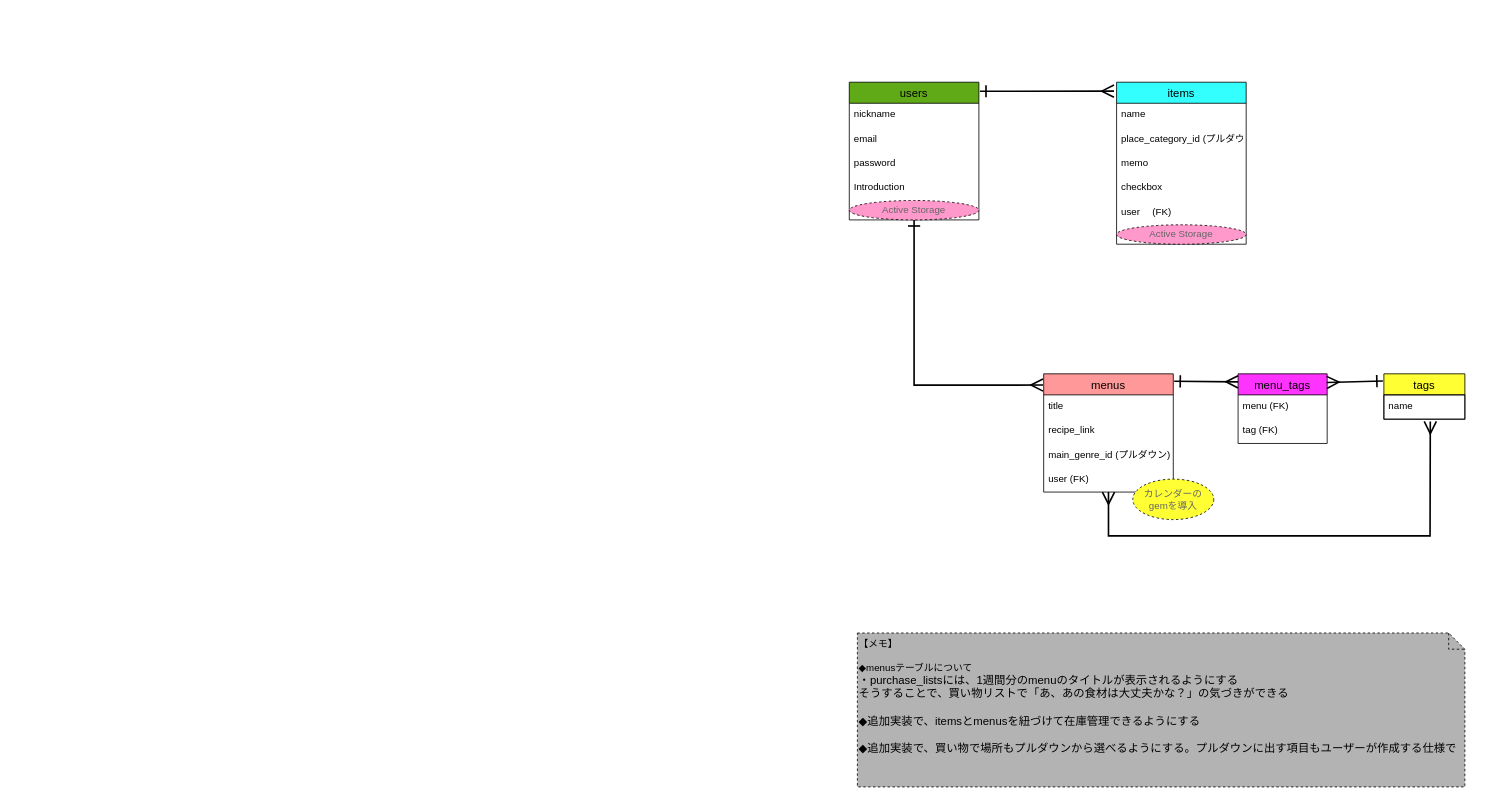
Before: page "案1" (1 of 2) of ER.dio in miyazato1872/shopping_memo, a draw.io diagram. Source tidied: cells renumbered, new cells numbered last; positions are measured from the earlier drawing's top-left corner, leaving out a move shared by most shapes. Both pictures are drawn from the tidied source at 81%, with x=0, y=0 at pixel (849, 82).
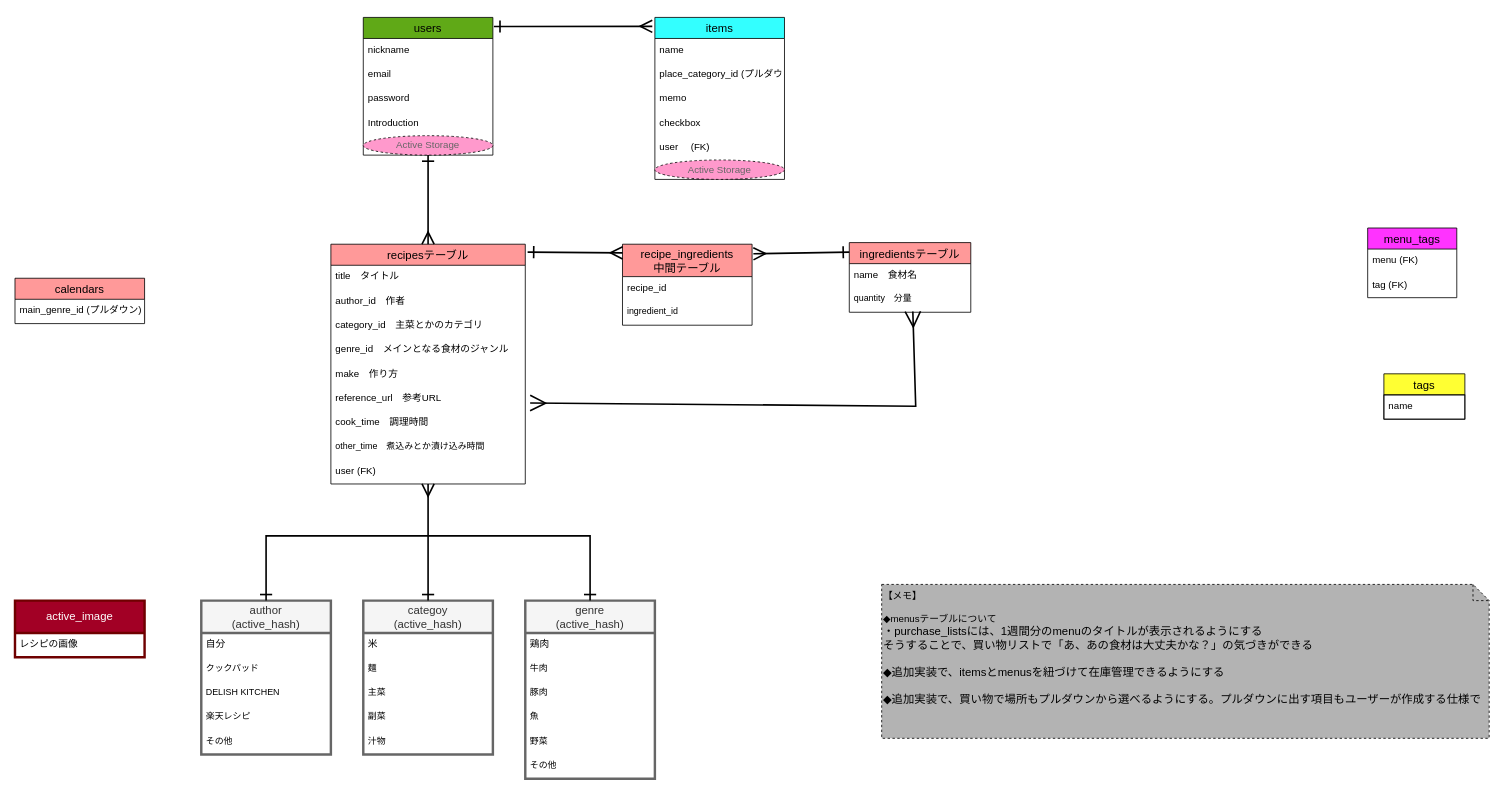
The same page after the edit.

Commit message (it also covers changes not shown here):
レシピ投稿機能のER図作成

Unchanged cells that the change refers to:
```xml
<mxCell id="7" value="Active Storage" style="ellipse;whiteSpace=wrap;html=1;align=center;rounded=0;shadow=0;glass=0;dashed=1;sketch=0;strokeColor=#000000;strokeWidth=1;fontColor=#666666;fillColor=#FF99CC;gradientColor=none;" parent="2" vertex="1">
  <mxGeometry y="146" width="160" height="24" as="geometry" />
</mxCell>
<mxCell id="24" value="tags" style="swimlane;fontStyle=0;horizontal=1;startSize=26;align=center;fontSize=14;rounded=0;swimlaneLine=1;glass=0;shadow=0;strokeColor=#000000;fillColor=#FFFF33;fontColor=#000000;" parent="1" vertex="1">
  <mxGeometry x="660" y="360" width="100" height="56" as="geometry" />
</mxCell>
<mxCell id="25" value="name" style="text;strokeColor=default;fillColor=none;spacingLeft=4;spacingRight=4;overflow=hidden;points=[[0,0.5],[1,0.5]];portConstraint=eastwest;fontSize=12;" parent="24" vertex="1">
  <mxGeometry y="26" width="100" height="30" as="geometry" />
</mxCell>
```

Diff of the diagram source:
```diff
@@
     <mxCell id="2" value="users" style="swimlane;fontStyle=0;horizontal=1;startSize=26;align=center;fontSize=14;rounded=0;swimlaneLine=1;glass=0;shadow=0;fillColor=#60A917;fontColor=#000000;" parent="1" vertex="1">
-      <mxGeometry width="160" height="170" as="geometry" />
+      <mxGeometry x="-600" y="-80" width="160" height="170" as="geometry" />
     </mxCell>
@@
     <mxCell id="8" value="items" style="swimlane;fontStyle=0;horizontal=1;startSize=26;align=center;fontSize=14;rounded=0;swimlaneLine=1;glass=0;shadow=0;fillColor=#33FFFF;fontColor=#000000;" parent="1" vertex="1">
-      <mxGeometry x="330" width="160" height="200" as="geometry" />
+      <mxGeometry x="-240" y="-80" width="160" height="200" as="geometry" />
     </mxCell>
@@
-    <mxCell id="16" value="menus" style="swimlane;fontStyle=0;horizontal=1;startSize=26;align=center;fontSize=14;rounded=0;swimlaneLine=1;glass=0;shadow=0;fillColor=#FF9999;fontColor=#000000;" parent="1" vertex="1">
-      <mxGeometry x="240" y="360" width="160" height="146" as="geometry" />
-    </mxCell>
-    <mxCell id="17" value="title" style="text;strokeColor=none;fillColor=none;spacingLeft=4;spacingRight=4;overflow=hidden;fontSize=12;" parent="16" vertex="1">
-      <mxGeometry y="26" width="160" height="30" as="geometry" />
-    </mxCell>
-    <mxCell id="18" value="recipe_link&#10;&#10;&#10;&#10;" style="text;strokeColor=none;fillColor=none;spacingLeft=4;spacingRight=4;overflow=hidden;fontSize=12;" parent="16" vertex="1">
-      <mxGeometry y="56" width="160" height="30" as="geometry" />
-    </mxCell>
-    <mxCell id="19" value="main_genre_id (プルダウン)" style="text;strokeColor=none;fillColor=none;spacingLeft=4;spacingRight=4;overflow=hidden;fontSize=12;" parent="16" vertex="1">
-      <mxGeometry y="86" width="160" height="30" as="geometry" />
-    </mxCell>
-    <mxCell id="20" value="user (FK)" style="text;strokeColor=none;fillColor=none;spacingLeft=4;spacingRight=4;overflow=hidden;fontSize=12;" parent="16" vertex="1">
-      <mxGeometry y="116" width="160" height="30" as="geometry" />
-    </mxCell>
     <mxCell id="21" value="【メモ】&lt;br&gt;&lt;br&gt;◆menusテーブルについて&lt;br&gt;&lt;span style=&quot;font-size: 14px; text-align: center;&quot;&gt;・purchase_listsには、1週間分のmenuのタイトルが表示されるようにする&lt;br&gt;そうすることで、買い物リストで「あ、あの食材は大丈夫かな？」の気づきができる&lt;br&gt;&lt;br&gt;◆追加実装で、itemsとmenusを紐づけて在庫管理できるようにする&lt;br&gt;&lt;br&gt;◆追加実装で、買い物で場所もプルダウンから選べるようにする。プルダウンに出す項目もユーザーが作成する仕様で&lt;br&gt;&lt;/span&gt;" style="shape=note;size=20;whiteSpace=wrap;html=1;rounded=0;shadow=0;glass=0;dashed=1;sketch=0;strokeColor=#000000;strokeWidth=1;fontColor=#000000;fillColor=#B3B3B3;gradientColor=none;align=left;verticalAlign=top;" parent="1" vertex="1">
-      <mxGeometry x="10" y="680" width="750" height="190" as="geometry" />
+      <mxGeometry x="40" y="620" width="750" height="190" as="geometry" />
     </mxCell>
-    <mxCell id="22" value="カレンダーの&lt;br&gt;gemを導入" style="ellipse;whiteSpace=wrap;html=1;align=center;rounded=0;shadow=0;glass=0;dashed=1;sketch=0;strokeColor=#000000;strokeWidth=1;fontColor=#666666;fillColor=#FFFF33;gradientColor=none;" parent="1" vertex="1">
-      <mxGeometry x="350" y="490" width="100" height="50" as="geometry" />
-    </mxCell>
-    <mxCell id="23" style="endArrow=ERone;html=1;rounded=0;strokeWidth=2;fontColor=#F0F0F0;startSize=12;endSize=12;sourcePerimeterSpacing=0;endFill=0;startArrow=ERmany;startFill=0;exitX=-0.005;exitY=0.095;exitDx=0;exitDy=0;exitPerimeter=0;entryX=0.5;entryY=1;entryDx=0;entryDy=0;" parent="1" edge="1" source="16" target="7">
-      <mxGeometry relative="1" as="geometry">
-        <Array as="points">
-          <mxPoint x="80" y="374" />
-        </Array>
-      </mxGeometry>
-    </mxCell>
@@
     <mxCell id="26" value="menu_tags" style="swimlane;fontStyle=0;horizontal=1;startSize=26;align=center;fontSize=14;rounded=0;swimlaneLine=1;glass=0;shadow=0;fillColor=#FF33FF;fontColor=#000000;" parent="1" vertex="1">
-      <mxGeometry x="480" y="360" width="110" height="86" as="geometry" />
+      <mxGeometry x="640" y="180" width="110" height="86" as="geometry" />
     </mxCell>
@@
-    <mxCell id="29" style="endArrow=ERone;html=1;rounded=0;strokeWidth=2;fontColor=#F0F0F0;startSize=12;endSize=12;sourcePerimeterSpacing=0;endFill=0;startArrow=ERmany;startFill=0;entryX=1.007;entryY=0.063;entryDx=0;entryDy=0;entryPerimeter=0;exitX=0;exitY=0.116;exitDx=0;exitDy=0;exitPerimeter=0;" parent="1" edge="1" source="26" target="16">
-      <mxGeometry relative="1" as="geometry" />
-    </mxCell>
-    <mxCell id="30" style="endArrow=ERone;html=1;rounded=0;strokeWidth=2;fontColor=#F0F0F0;startSize=12;endSize=12;sourcePerimeterSpacing=0;endFill=0;startArrow=ERmany;startFill=0;entryX=-0.012;entryY=0.157;entryDx=0;entryDy=0;exitX=0.995;exitY=0.124;exitDx=0;exitDy=0;exitPerimeter=0;entryPerimeter=0;" parent="1" edge="1" source="26" target="24">
-      <mxGeometry relative="1" as="geometry" />
-    </mxCell>
-    <mxCell id="31" style="endArrow=ERmany;html=1;rounded=0;strokeWidth=2;fontColor=#F0F0F0;startSize=12;endSize=12;sourcePerimeterSpacing=0;endFill=0;startArrow=ERmany;startFill=0;exitX=0.573;exitY=1.094;exitDx=0;exitDy=0;exitPerimeter=0;entryX=0.5;entryY=1;entryDx=0;entryDy=0;" parent="1" edge="1" source="25" target="16">
-      <mxGeometry relative="1" as="geometry">
-        <Array as="points">
-          <mxPoint x="717" y="560" />
-          <mxPoint x="320" y="560" />
-        </Array>
-      </mxGeometry>
-    </mxCell>
+    <mxCell id="32" value="calendars" style="swimlane;fontStyle=0;horizontal=1;startSize=26;align=center;fontSize=14;rounded=0;swimlaneLine=1;glass=0;shadow=0;fillColor=#FF9999;fontColor=#000000;" parent="1" vertex="1">
+      <mxGeometry x="-1030" y="242" width="160" height="56" as="geometry" />
+    </mxCell>
+    <mxCell id="19" value="main_genre_id (プルダウン)" style="text;strokeColor=none;fillColor=none;spacingLeft=4;spacingRight=4;overflow=hidden;fontSize=12;" parent="32" vertex="1">
+      <mxGeometry y="26" width="160" height="30" as="geometry" />
+    </mxCell>
+    <mxCell id="33" value="recipesテーブル" style="swimlane;fontStyle=0;horizontal=1;startSize=26;align=center;fontSize=14;rounded=0;swimlaneLine=1;glass=0;shadow=0;fillColor=#FF9999;fontColor=#000000;" parent="1" vertex="1">
+      <mxGeometry x="-640" y="200" width="240" height="296" as="geometry" />
+    </mxCell>
+    <mxCell id="34" value="title　タイトル" style="text;strokeColor=none;fillColor=none;spacingLeft=4;spacingRight=4;overflow=hidden;fontSize=12;" parent="33" vertex="1">
+      <mxGeometry y="26" width="240" height="30" as="geometry" />
+    </mxCell>
+    <mxCell id="35" value="author_id　作者" style="text;strokeColor=none;fillColor=none;spacingLeft=4;spacingRight=4;overflow=hidden;fontSize=12;" parent="33" vertex="1">
+      <mxGeometry y="56" width="240" height="30" as="geometry" />
+    </mxCell>
+    <mxCell id="36" value="category_id　主菜とかのカテゴリ" style="text;strokeColor=none;fillColor=none;spacingLeft=4;spacingRight=4;overflow=hidden;fontSize=12;" parent="33" vertex="1">
+      <mxGeometry y="86" width="240" height="30" as="geometry" />
+    </mxCell>
+    <mxCell id="37" value="genre_id　メインとなる食材のジャンル" style="text;strokeColor=none;fillColor=none;spacingLeft=4;spacingRight=4;overflow=hidden;fontSize=12;" parent="33" vertex="1">
+      <mxGeometry y="116" width="240" height="30" as="geometry" />
+    </mxCell>
+    <mxCell id="38" value="make　作り方" style="text;strokeColor=none;fillColor=none;spacingLeft=4;spacingRight=4;overflow=hidden;fontSize=12;" parent="33" vertex="1">
+      <mxGeometry y="146" width="240" height="30" as="geometry" />
+    </mxCell>
+    <mxCell id="39" value="reference_url　参考URL" style="text;strokeColor=none;fillColor=none;spacingLeft=4;spacingRight=4;overflow=hidden;fontSize=12;" parent="33" vertex="1">
+      <mxGeometry y="176" width="240" height="30" as="geometry" />
+    </mxCell>
+    <mxCell id="40" value="cook_time　調理時間" style="text;strokeColor=none;fillColor=none;spacingLeft=4;spacingRight=4;overflow=hidden;points=[[0,0.5],[1,0.5]];portConstraint=eastwest;fontSize=12;" parent="33" vertex="1">
+      <mxGeometry y="206" width="240" height="30" as="geometry" />
+    </mxCell>
+    <mxCell id="41" value="other_time　煮込みとか漬け込み時間" style="text;strokeColor=none;fillColor=none;spacingLeft=4;spacingRight=4;overflow=hidden;fontSize=11;" parent="33" vertex="1">
+      <mxGeometry y="236" width="240" height="30" as="geometry" />
+    </mxCell>
+    <mxCell id="20" value="user (FK)" style="text;strokeColor=none;fillColor=none;spacingLeft=4;spacingRight=4;overflow=hidden;fontSize=12;" parent="33" vertex="1">
+      <mxGeometry y="266" width="240" height="30" as="geometry" />
+    </mxCell>
+    <mxCell id="42" style="shape=tableRow;horizontal=0;startSize=0;swimlaneHead=0;swimlaneBody=0;fillColor=none;top=0;left=0;right=0;bottom=0;" parent="1" vertex="1">
+      <mxGeometry x="-560" y="360" width="270" height="30" as="geometry" />
+    </mxCell>
+    <mxCell id="43" style="shape=partialRectangle;fillColor=none;top=0;left=0;bottom=0;right=0;overflow=hidden;" parent="42" vertex="1">
+      <mxGeometry width="30" height="30" as="geometry" />
+    </mxCell>
+    <mxCell id="44" style="endArrow=ERone;html=1;rounded=0;strokeWidth=2;fontColor=#F0F0F0;startSize=12;endSize=12;sourcePerimeterSpacing=0;endFill=0;startArrow=ERmany;startFill=0;entryX=0.5;entryY=1;entryDx=0;entryDy=0;exitX=0.5;exitY=0;exitDx=0;exitDy=0;" parent="1" edge="1" source="33" target="2">
+      <mxGeometry relative="1" as="geometry" />
+    </mxCell>
+    <mxCell id="45" value="ingredientsテーブル" style="swimlane;fontStyle=0;horizontal=1;startSize=26;align=center;fontSize=14;rounded=0;swimlaneLine=1;glass=0;shadow=0;fillColor=#FF9999;fontColor=#000000;" parent="1" vertex="1">
+      <mxGeometry y="198" width="150" height="86" as="geometry" />
+    </mxCell>
+    <mxCell id="46" value="name　食材名" style="text;strokeColor=none;fillColor=none;spacingLeft=4;spacingRight=4;overflow=hidden;fontSize=12;" parent="45" vertex="1">
+      <mxGeometry y="26" width="150" height="30" as="geometry" />
+    </mxCell>
+    <mxCell id="47" value="quantity　分量" style="text;strokeColor=none;fillColor=none;spacingLeft=4;spacingRight=4;overflow=hidden;points=[[0,0.5],[1,0.5]];portConstraint=eastwest;fontSize=11;" parent="45" vertex="1">
+      <mxGeometry y="56" width="150" height="30" as="geometry" />
+    </mxCell>
+    <mxCell id="48" value="recipe_ingredients&#10;中間テーブル" style="swimlane;fontStyle=0;horizontal=1;startSize=40;align=center;fontSize=14;rounded=0;swimlaneLine=1;glass=0;shadow=0;fillColor=#FF9999;fontColor=#000000;" parent="1" vertex="1">
+      <mxGeometry x="-280" y="200" width="160" height="100" as="geometry" />
+    </mxCell>
+    <mxCell id="49" value="recipe_id" style="text;strokeColor=none;fillColor=none;spacingLeft=4;spacingRight=4;overflow=hidden;fontSize=12;" parent="48" vertex="1">
+      <mxGeometry y="40" width="160" height="30" as="geometry" />
+    </mxCell>
+    <mxCell id="50" value="ingredient_id&#10;&#10;" style="text;strokeColor=none;fillColor=none;spacingLeft=4;spacingRight=4;overflow=hidden;fontSize=11;" parent="48" vertex="1">
+      <mxGeometry y="70" width="160" height="30" as="geometry" />
+    </mxCell>
+    <mxCell id="51" style="endArrow=ERone;html=1;rounded=0;strokeWidth=2;fontColor=#F0F0F0;startSize=12;endSize=12;sourcePerimeterSpacing=0;endFill=0;startArrow=ERmany;startFill=0;exitX=0.001;exitY=0.107;exitDx=0;exitDy=0;exitPerimeter=0;entryX=1.012;entryY=0.033;entryDx=0;entryDy=0;entryPerimeter=0;" parent="1" edge="1" source="48" target="33">
+      <mxGeometry relative="1" as="geometry" />
+    </mxCell>
+    <mxCell id="52" style="endArrow=ERone;html=1;rounded=0;strokeWidth=2;fontColor=#F0F0F0;startSize=12;endSize=12;sourcePerimeterSpacing=0;endFill=0;startArrow=ERmany;startFill=0;exitX=1.01;exitY=0.118;exitDx=0;exitDy=0;exitPerimeter=0;entryX=0;entryY=0.137;entryDx=0;entryDy=0;entryPerimeter=0;" parent="1" edge="1" source="48" target="45">
+      <mxGeometry relative="1" as="geometry" />
+    </mxCell>
+    <mxCell id="53" style="endArrow=ERmany;html=1;rounded=0;strokeWidth=2;fontColor=#F0F0F0;startSize=16;endSize=16;sourcePerimeterSpacing=0;endFill=0;startArrow=ERmany;startFill=0;entryX=1.025;entryY=-0.333;entryDx=0;entryDy=0;entryPerimeter=0;exitX=0.523;exitY=0.967;exitDx=0;exitDy=0;exitPerimeter=0;" parent="1" edge="1" source="47" target="40">
+      <mxGeometry relative="1" as="geometry">
+        <Array as="points">
+          <mxPoint x="82" y="400" />
+        </Array>
+      </mxGeometry>
+    </mxCell>
+    <mxCell id="54" value="author&#10;(active_hash)" style="swimlane;fontStyle=0;horizontal=1;startSize=40;align=center;fontSize=14;rounded=0;swimlaneLine=1;glass=0;shadow=0;fillColor=#f5f5f5;fontColor=#333333;strokeColor=#666666;strokeWidth=3;" parent="1" vertex="1">
+      <mxGeometry x="-800" y="640" width="160" height="190" as="geometry" />
+    </mxCell>
+    <mxCell id="55" value="自分" style="text;strokeColor=none;fillColor=none;spacingLeft=4;spacingRight=4;overflow=hidden;fontSize=12;strokeWidth=3;" parent="54" vertex="1">
+      <mxGeometry y="40" width="160" height="30" as="geometry" />
+    </mxCell>
+    <mxCell id="56" value="クックパッド&#10;" style="text;strokeColor=none;fillColor=none;spacingLeft=4;spacingRight=4;overflow=hidden;fontSize=11;" parent="54" vertex="1">
+      <mxGeometry y="70" width="160" height="30" as="geometry" />
+    </mxCell>
+    <mxCell id="57" value="DELISH KITCHEN" style="text;strokeColor=none;fillColor=none;spacingLeft=4;spacingRight=4;overflow=hidden;fontSize=11;" parent="54" vertex="1">
+      <mxGeometry y="100" width="160" height="30" as="geometry" />
+    </mxCell>
+    <mxCell id="58" value="楽天レシピ" style="text;strokeColor=none;fillColor=none;spacingLeft=4;spacingRight=4;overflow=hidden;fontSize=11;" parent="54" vertex="1">
+      <mxGeometry y="130" width="160" height="30" as="geometry" />
+    </mxCell>
+    <mxCell id="59" value="その他&#10;" style="text;strokeColor=none;fillColor=none;spacingLeft=4;spacingRight=4;overflow=hidden;fontSize=11;" parent="54" vertex="1">
+      <mxGeometry y="160" width="160" height="30" as="geometry" />
+    </mxCell>
+    <mxCell id="60" value="categoy&#10;(active_hash)" style="swimlane;fontStyle=0;horizontal=1;startSize=40;align=center;fontSize=14;rounded=0;swimlaneLine=1;glass=0;shadow=0;fillColor=#f5f5f5;fontColor=#333333;strokeColor=#666666;strokeWidth=3;" parent="1" vertex="1">
+      <mxGeometry x="-600" y="640" width="160" height="190" as="geometry" />
+    </mxCell>
+    <mxCell id="61" value="米" style="text;strokeColor=none;fillColor=none;spacingLeft=4;spacingRight=4;overflow=hidden;fontSize=12;" parent="60" vertex="1">
+      <mxGeometry y="40" width="160" height="30" as="geometry" />
+    </mxCell>
+    <mxCell id="62" value="麺&#10;" style="text;strokeColor=none;fillColor=none;spacingLeft=4;spacingRight=4;overflow=hidden;fontSize=11;" parent="60" vertex="1">
+      <mxGeometry y="70" width="160" height="30" as="geometry" />
+    </mxCell>
+    <mxCell id="63" value="主菜" style="text;strokeColor=none;fillColor=none;spacingLeft=4;spacingRight=4;overflow=hidden;fontSize=11;" parent="60" vertex="1">
+      <mxGeometry y="100" width="160" height="30" as="geometry" />
+    </mxCell>
+    <mxCell id="64" value="副菜" style="text;strokeColor=none;fillColor=none;spacingLeft=4;spacingRight=4;overflow=hidden;fontSize=11;" parent="60" vertex="1">
+      <mxGeometry y="130" width="160" height="30" as="geometry" />
+    </mxCell>
+    <mxCell id="65" value="汁物&#10;" style="text;strokeColor=none;fillColor=none;spacingLeft=4;spacingRight=4;overflow=hidden;fontSize=11;" parent="60" vertex="1">
+      <mxGeometry y="160" width="160" height="30" as="geometry" />
+    </mxCell>
+    <mxCell id="66" value="genre&#10;(active_hash)" style="swimlane;fontStyle=0;horizontal=1;startSize=40;align=center;fontSize=14;rounded=0;swimlaneLine=1;glass=0;shadow=0;fillColor=#f5f5f5;fontColor=#333333;strokeColor=#666666;strokeWidth=3;" parent="1" vertex="1">
+      <mxGeometry x="-400" y="640" width="160" height="220" as="geometry" />
+    </mxCell>
+    <mxCell id="67" value="鶏肉" style="text;strokeColor=none;fillColor=none;spacingLeft=4;spacingRight=4;overflow=hidden;fontSize=12;" parent="66" vertex="1">
+      <mxGeometry y="40" width="160" height="30" as="geometry" />
+    </mxCell>
+    <mxCell id="68" value="牛肉" style="text;strokeColor=none;fillColor=none;spacingLeft=4;spacingRight=4;overflow=hidden;fontSize=11;" parent="66" vertex="1">
+      <mxGeometry y="70" width="160" height="30" as="geometry" />
+    </mxCell>
+    <mxCell id="69" value="豚肉" style="text;strokeColor=none;fillColor=none;spacingLeft=4;spacingRight=4;overflow=hidden;fontSize=11;" parent="66" vertex="1">
+      <mxGeometry y="100" width="160" height="30" as="geometry" />
+    </mxCell>
+    <mxCell id="70" value="魚" style="text;strokeColor=none;fillColor=none;spacingLeft=4;spacingRight=4;overflow=hidden;fontSize=11;" parent="66" vertex="1">
+      <mxGeometry y="130" width="160" height="30" as="geometry" />
+    </mxCell>
+    <mxCell id="71" value="野菜&#10;" style="text;strokeColor=none;fillColor=none;spacingLeft=4;spacingRight=4;overflow=hidden;fontSize=11;" parent="66" vertex="1">
+      <mxGeometry y="160" width="160" height="30" as="geometry" />
+    </mxCell>
+    <mxCell id="72" value="その他&#10;" style="text;strokeColor=none;fillColor=none;spacingLeft=4;spacingRight=4;overflow=hidden;fontSize=11;" parent="66" vertex="1">
+      <mxGeometry y="190" width="160" height="30" as="geometry" />
+    </mxCell>
+    <mxCell id="73" style="endArrow=ERone;html=1;rounded=0;strokeWidth=2;fontColor=#F0F0F0;startSize=12;endSize=12;sourcePerimeterSpacing=0;endFill=0;startArrow=none;startFill=0;entryX=0.5;entryY=0;entryDx=0;entryDy=0;" parent="1" edge="1" target="54">
+      <mxGeometry relative="1" as="geometry">
+        <mxPoint x="-520" y="560" as="sourcePoint" />
+        <Array as="points">
+          <mxPoint x="-720" y="560" />
+        </Array>
+      </mxGeometry>
+    </mxCell>
+    <mxCell id="74" style="endArrow=ERone;html=1;rounded=0;strokeWidth=2;fontColor=#F0F0F0;startSize=12;endSize=12;sourcePerimeterSpacing=0;endFill=0;startArrow=ERmany;startFill=0;entryX=0.5;entryY=0;entryDx=0;entryDy=0;exitX=0.5;exitY=1;exitDx=0;exitDy=0;" parent="1" edge="1" source="33" target="60">
+      <mxGeometry relative="1" as="geometry" />
+    </mxCell>
+    <mxCell id="75" style="endArrow=ERone;html=1;rounded=0;strokeWidth=2;fontColor=#F0F0F0;startSize=12;endSize=12;sourcePerimeterSpacing=0;endFill=0;startArrow=none;startFill=0;entryX=0.5;entryY=0;entryDx=0;entryDy=0;" parent="1" edge="1" target="66">
+      <mxGeometry relative="1" as="geometry">
+        <mxPoint x="-520" y="560" as="sourcePoint" />
+        <Array as="points">
+          <mxPoint x="-320" y="560" />
+        </Array>
+      </mxGeometry>
+    </mxCell>
+    <mxCell id="76" value="active_image" style="swimlane;fontStyle=0;horizontal=1;startSize=40;align=center;fontSize=14;rounded=0;swimlaneLine=1;glass=0;shadow=0;fillColor=#a20025;strokeColor=#6F0000;strokeWidth=3;whiteSpace=wrap;fontColor=#ffffff;" parent="1" vertex="1">
+      <mxGeometry x="-1030" y="640" width="160" height="70" as="geometry" />
+    </mxCell>
+    <mxCell id="77" value="レシピの画像" style="text;strokeColor=none;fillColor=none;spacingLeft=4;spacingRight=4;overflow=hidden;fontSize=12;strokeWidth=3;" parent="76" vertex="1">
+      <mxGeometry y="40" width="160" height="30" as="geometry" />
+    </mxCell>
```
